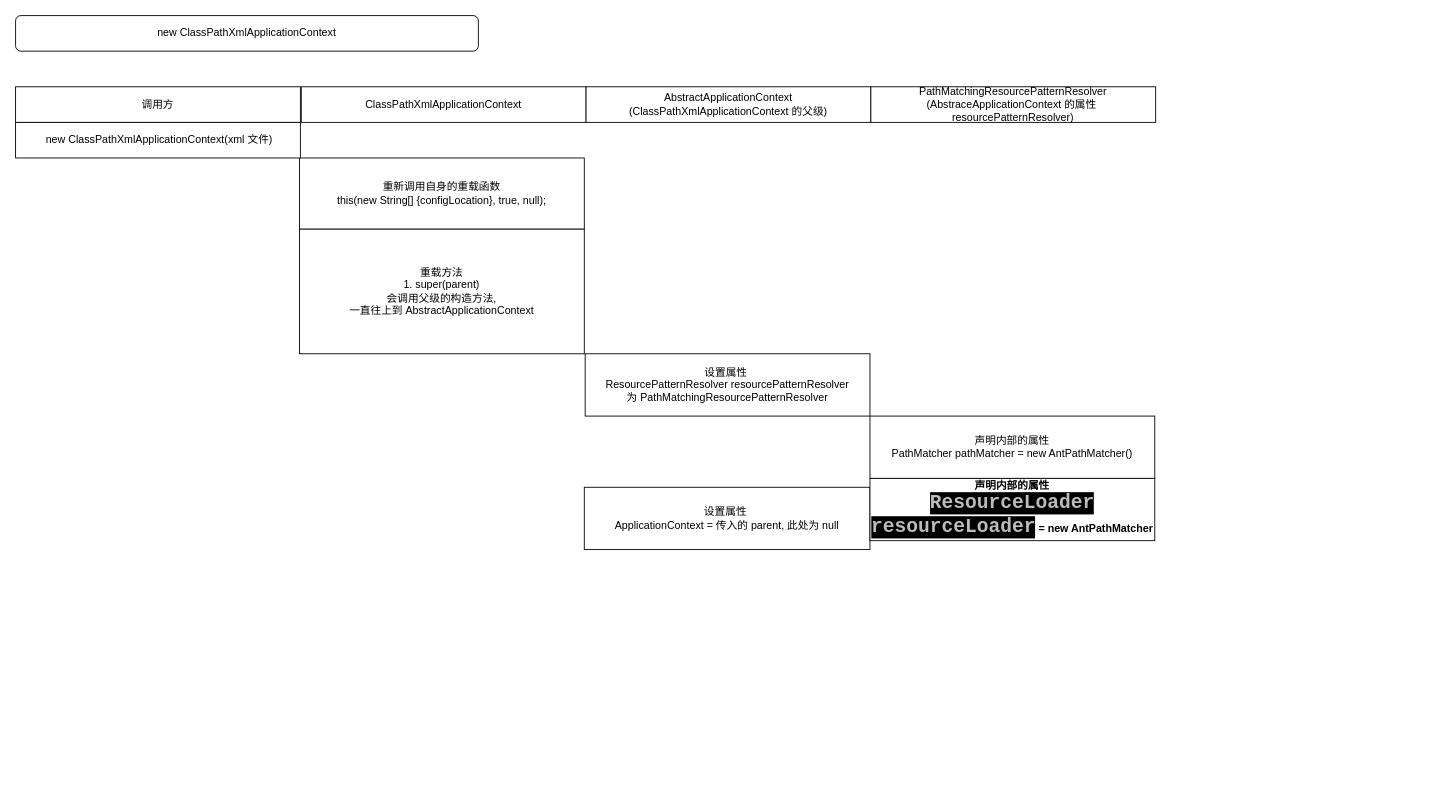
Earlier version of the draw.io diagram Spring/XmlLoader.drawio (LCN29/MyTechnicalSystem). Source tidied: cells renumbered, new cells numbered last; positions are measured from the earlier drawing's top-left corner, leaving out a move shared by most shapes. Both pictures are drawn from the tidied source at 89%, with x=0, y=0 at pixel (15, 15).
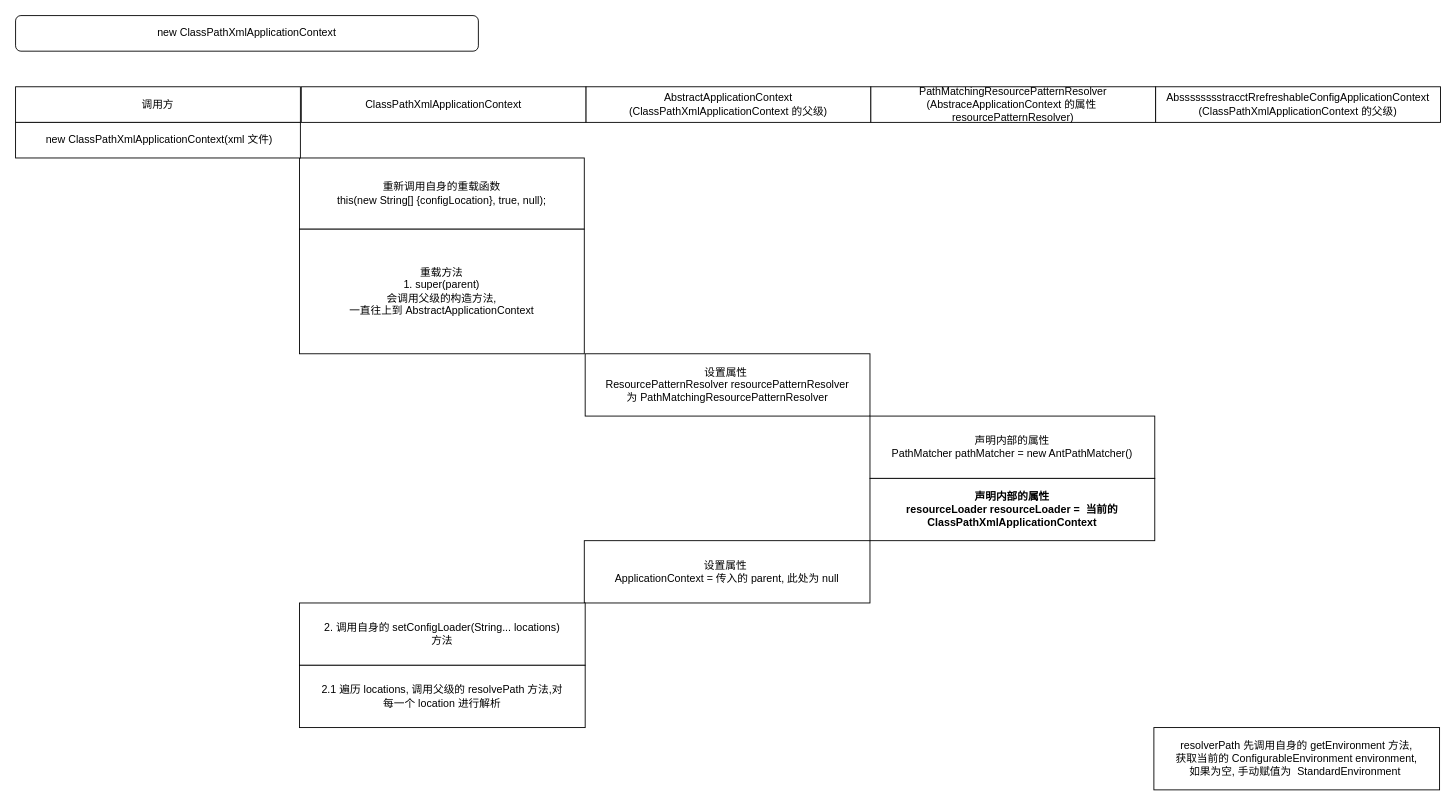
After the change.

Diff of the diagram source:
```diff
@@
 <mxGraphModel>
   <root>
     <mxCell id="0" />
     <mxCell id="1" parent="0" />
     <mxCell id="2" value="ClassPathXmlApplicationContext" style="rounded=0;whiteSpace=wrap;html=1;" parent="1" vertex="1">
       <mxGeometry x="321" y="80" width="320" height="40" as="geometry" />
     </mxCell>
     <mxCell id="3" value="new ClassPathXmlApplicationContext" style="rounded=1;whiteSpace=wrap;html=1;" parent="1" vertex="1">
       <mxGeometry width="520" height="40" as="geometry" />
     </mxCell>
     <mxCell id="4" value="重新调用自身的重载函数&lt;br&gt;this(new String[] {configLocation}, true, null);" style="rounded=0;whiteSpace=wrap;html=1;" parent="1" vertex="1">
       <mxGeometry x="319" y="160" width="320" height="80" as="geometry" />
     </mxCell>
     <mxCell id="5" value="重载方法&lt;br&gt;1. super(parent)&lt;br&gt;会调用父级的构造方法,&lt;br&gt;一直往上到 AbstractApplicationContext" style="rounded=0;whiteSpace=wrap;html=1;" parent="1" vertex="1">
       <mxGeometry x="319" y="240" width="320" height="140" as="geometry" />
     </mxCell>
     <mxCell id="6" value="AbstractApplicationContext&lt;br&gt;(ClassPathXmlApplicationContext 的父级)" style="rounded=0;whiteSpace=wrap;html=1;" parent="1" vertex="1">
       <mxGeometry x="641" y="80" width="320" height="40" as="geometry" />
     </mxCell>
     <mxCell id="7" value="设置属性&amp;nbsp;&lt;br&gt;ResourcePatternResolver resourcePatternResolver&lt;br&gt;为&amp;nbsp;PathMatchingResourcePatternResolver" style="rounded=0;whiteSpace=wrap;html=1;" parent="1" vertex="1">
       <mxGeometry x="640" y="380" width="320" height="70" as="geometry" />
     </mxCell>
     <mxCell id="8" value="设置属性&amp;nbsp;&lt;br&gt;ApplicationContext = 传入的 parent, 此处为 null" style="rounded=0;whiteSpace=wrap;html=1;" parent="1" vertex="1">
-      <mxGeometry x="639" y="530" width="321" height="70" as="geometry" />
+      <mxGeometry x="639" y="590" width="321" height="70" as="geometry" />
     </mxCell>
     <mxCell id="9" value="调用方" style="rounded=0;whiteSpace=wrap;html=1;" parent="1" vertex="1">
       <mxGeometry y="80" width="320" height="40" as="geometry" />
     </mxCell>
     <mxCell id="10" value="&amp;nbsp;new ClassPathXmlApplicationContext(xml 文件)" style="rounded=0;whiteSpace=wrap;html=1;" parent="1" vertex="1">
       <mxGeometry y="120" width="320" height="40" as="geometry" />
     </mxCell>
     <mxCell id="11" value="PathMatchingResourcePatternResolver&lt;br&gt;(AbstraceApplicationContext 的属性&amp;nbsp; resourcePatternResolver&lt;span&gt;)&lt;/span&gt;" style="rounded=0;whiteSpace=wrap;html=1;" parent="1" vertex="1">
       <mxGeometry x="961" y="80" width="320" height="40" as="geometry" />
     </mxCell>
     <mxCell id="12" value="声明内部的属性&lt;br&gt;PathMatcher pathMatcher = new AntPathMatcher()" style="rounded=0;whiteSpace=wrap;html=1;" parent="1" vertex="1">
       <mxGeometry x="960" y="450" width="320" height="70" as="geometry" />
     </mxCell>
-    <mxCell id="13" value="声明内部的属性&lt;br&gt;&lt;span style=&quot;background-color: rgb(0 , 0 , 0) ; color: rgb(187 , 187 , 187) ; font-family: &amp;#34;jetbrains mono&amp;#34; , monospace ; font-size: 16.5pt&quot;&gt;ResourceLoader resourceLoader&lt;/span&gt;&amp;nbsp;= new AntPathMatcher" style="rounded=0;whiteSpace=wrap;html=1;fontStyle=1;" parent="1" vertex="1">
+    <mxCell id="13" value="声明内部的属性&lt;br&gt;resourceLoader resourceLoader =&amp;nbsp;&amp;nbsp;当前的 ClassPathXmlApplicationContext" style="rounded=0;whiteSpace=wrap;html=1;fontStyle=1;" parent="1" vertex="1">
       <mxGeometry x="960" y="520" width="320" height="70" as="geometry" />
     </mxCell>
+    <mxCell id="14" value="2. 调用自身的 setConfigLoader(String... locations)&lt;br&gt;方法" style="rounded=0;whiteSpace=wrap;html=1;" parent="1" vertex="1">
+      <mxGeometry x="319" y="660" width="321" height="70" as="geometry" />
+    </mxCell>
+    <mxCell id="15" value="2.1 遍历 locations, 调用父级的 resolvePath 方法,对&lt;br&gt;每一个 location 进行解析" style="rounded=0;whiteSpace=wrap;html=1;" parent="1" vertex="1">
+      <mxGeometry x="319" y="730" width="321" height="70" as="geometry" />
+    </mxCell>
+    <mxCell id="16" value="AbsssssssstracctRrefreshableConfigApplicationContext&lt;br&gt;(ClassPathXmlApplicationContext 的父级)" style="rounded=0;whiteSpace=wrap;html=1;" parent="1" vertex="1">
+      <mxGeometry x="1281" y="80" width="320" height="40" as="geometry" />
+    </mxCell>
+    <mxCell id="17" value="resolverPath 先调用自身的 getEnvironment 方法,&lt;br&gt;获取当前的 ConfigurableEnvironment environment,&lt;br&gt;如果为空, 手动赋值为&amp;nbsp; StandardEnvironment&amp;nbsp;" style="rounded=0;whiteSpace=wrap;html=1;" parent="1" vertex="1">
+      <mxGeometry x="1279" y="800" width="321" height="70" as="geometry" />
+    </mxCell>
   </root>
 </mxGraphModel>
```
